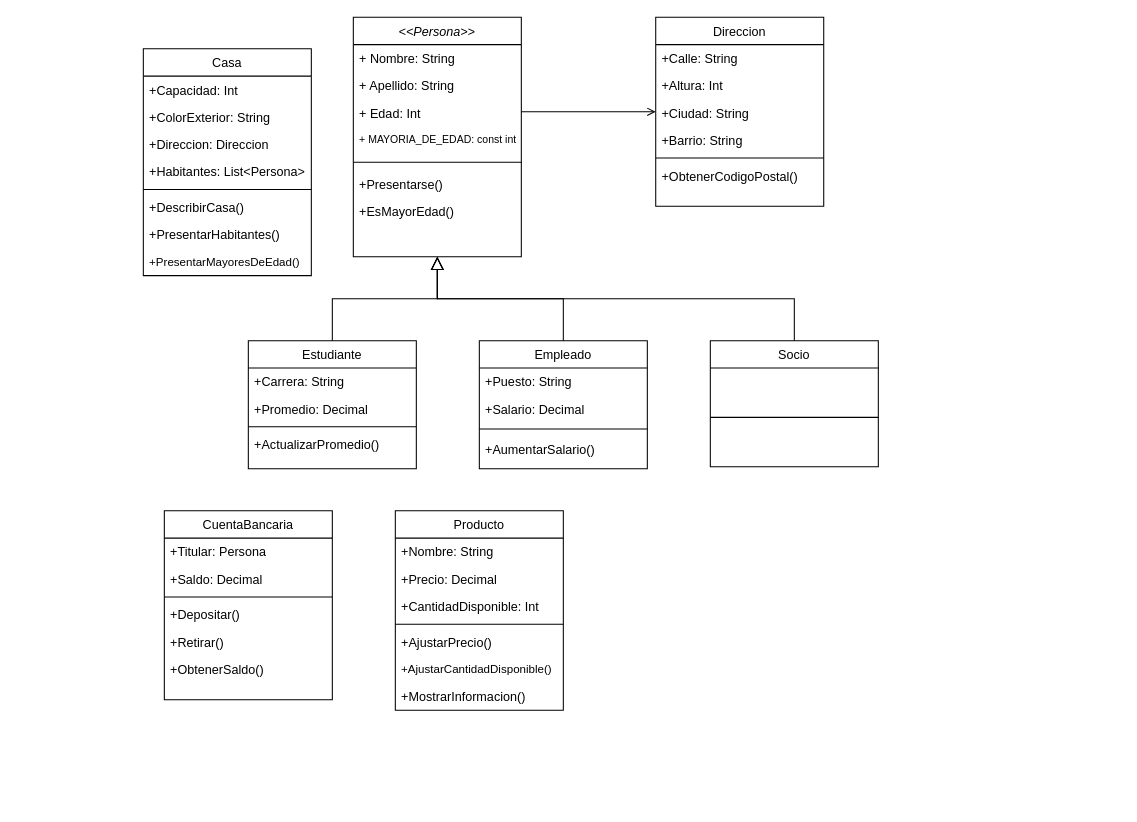
Earlier version of the draw.io diagram POO 5TO LUCIO/Diagrama sin título.drawio (Luchito14567/POO-5TO-LUCIO). Source tidied: cells renumbered, new cells numbered last; positions are measured from the earlier drawing's top-left corner, leaving out a move shared by most shapes. Both pictures are drawn from the tidied source at 105%, with x=0, y=0 at pixel (143, 17).
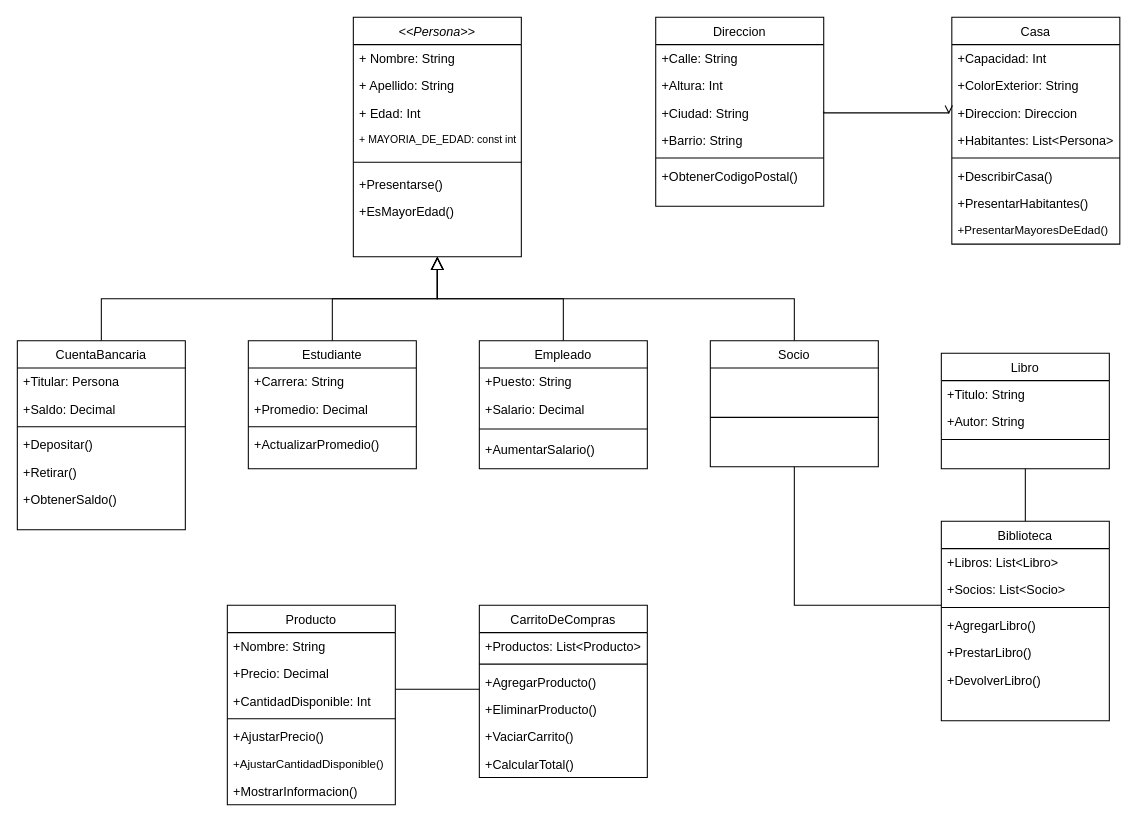
Above is the later version.

Unchanged cells that the change refers to:
```xml
<mxCell id="2" value="&lt;&lt;Persona&gt;&gt;" style="swimlane;fontStyle=2;align=center;verticalAlign=top;horizontal=1;startSize=26;rounded=0;shadow=0;strokeWidth=1;" parent="1" vertex="1">
  <mxGeometry x="200" width="160" height="228" as="geometry" />
</mxCell>
<mxCell id="22" value="Direccion" style="swimlane;fontStyle=0;align=center;verticalAlign=top;horizontal=1;startSize=26;rounded=0;shadow=0;strokeWidth=1;" parent="1" vertex="1">
  <mxGeometry x="488" width="160" height="180" as="geometry" />
</mxCell>
<mxCell id="30" value="Socio" style="swimlane;fontStyle=0;align=center;verticalAlign=top;horizontal=1;startSize=26;rounded=0;shadow=0;strokeWidth=1;" parent="1" vertex="1">
  <mxGeometry x="540" y="308" width="160" height="120" as="geometry" />
</mxCell>
<mxCell id="36" value="+Direccion: Direccion" style="text;align=left;verticalAlign=top;spacingLeft=4;spacingRight=4;overflow=hidden;points=[[0,0.5],[1,0.5]];portConstraint=eastwest;rounded=0;shadow=0;html=0;" parent="33" vertex="1">
  <mxGeometry y="78" width="160" height="26" as="geometry" />
</mxCell>
```

The edit, as a diff of the source:
```diff
@@
-    <mxCell id="29" style="endArrow=open;shadow=0;strokeWidth=1;rounded=0;curved=0;endFill=1;edgeStyle=elbowEdgeStyle;elbow=vertical;" parent="1" edge="1" source="2" target="22">
+    <mxCell id="29" style="endArrow=open;shadow=0;strokeWidth=1;rounded=0;curved=0;endFill=1;edgeStyle=elbowEdgeStyle;elbow=vertical;entryX=-0.018;entryY=0.542;entryDx=0;entryDy=0;entryPerimeter=0;" parent="1" edge="1" target="36">
       <mxGeometry x="0.5" y="41" relative="1" as="geometry">
+        <mxPoint x="648" y="89.8" as="sourcePoint" />
         <mxPoint x="-40" y="32" as="offset" />
       </mxGeometry>
     </mxCell>
@@
     <mxCell id="33" value="Casa" style="swimlane;fontStyle=0;align=center;verticalAlign=top;horizontal=1;startSize=26;rounded=0;shadow=0;strokeWidth=1;" parent="1" vertex="1">
-      <mxGeometry y="30" width="160" height="216" as="geometry" />
+      <mxGeometry x="770" width="160" height="216" as="geometry" />
     </mxCell>
@@
     <mxCell id="42" value="CuentaBancaria" style="swimlane;fontStyle=0;align=center;verticalAlign=top;horizontal=1;startSize=26;rounded=0;shadow=0;strokeWidth=1;" parent="1" vertex="1">
-      <mxGeometry x="20" y="470" width="160" height="180" as="geometry" />
+      <mxGeometry x="-120" y="308" width="160" height="180" as="geometry" />
     </mxCell>
@@
     <mxCell id="49" value="Producto" style="swimlane;fontStyle=0;align=center;verticalAlign=top;horizontal=1;startSize=26;rounded=0;shadow=0;strokeWidth=1;" parent="1" vertex="1">
-      <mxGeometry x="240" y="470" width="160" height="190" as="geometry" />
+      <mxGeometry x="80" y="560" width="160" height="190" as="geometry" />
     </mxCell>
@@
+    <mxCell id="57" value="Biblioteca" style="swimlane;fontStyle=0;align=center;verticalAlign=top;horizontal=1;startSize=26;rounded=0;shadow=0;strokeWidth=1;" parent="1" vertex="1">
+      <mxGeometry x="760" y="480" width="160" height="190" as="geometry" />
+    </mxCell>
+    <mxCell id="58" value="+Libros: List&lt;Libro&gt;" style="text;align=left;verticalAlign=top;spacingLeft=4;spacingRight=4;overflow=hidden;" parent="57" vertex="1">
+      <mxGeometry y="26" width="160" height="26" as="geometry" />
+    </mxCell>
+    <mxCell id="59" value="+Socios: List&lt;Socio&gt;" style="text;align=left;verticalAlign=top;spacingLeft=4;spacingRight=4;overflow=hidden;rounded=0;shadow=0;html=0;" parent="57" vertex="1">
+      <mxGeometry y="52" width="160" height="26" as="geometry" />
+    </mxCell>
+    <mxCell id="60" style="line;html=1;strokeWidth=1;align=left;verticalAlign=middle;spacingTop=-1;spacingLeft=3;spacingRight=3;labelPosition=right;" parent="57" vertex="1">
+      <mxGeometry y="78" width="160" height="8" as="geometry" />
+    </mxCell>
+    <mxCell id="61" value="+AgregarLibro()" style="text;align=left;verticalAlign=top;spacingLeft=4;spacingRight=4;overflow=hidden;" parent="57" vertex="1">
+      <mxGeometry y="86" width="160" height="26" as="geometry" />
+    </mxCell>
+    <mxCell id="62" value="+PrestarLibro()" style="text;align=left;verticalAlign=top;spacingLeft=4;spacingRight=4;overflow=hidden;fontSize=12;" parent="57" vertex="1">
+      <mxGeometry y="112" width="160" height="26" as="geometry" />
+    </mxCell>
+    <mxCell id="63" value="+DevolverLibro()" style="text;align=left;verticalAlign=top;spacingLeft=4;spacingRight=4;overflow=hidden;" parent="57" vertex="1">
+      <mxGeometry y="138" width="160" height="26" as="geometry" />
+    </mxCell>
+    <mxCell id="64" value="Libro" style="swimlane;fontStyle=0;align=center;verticalAlign=top;horizontal=1;startSize=26;rounded=0;shadow=0;strokeWidth=1;" parent="1" vertex="1">
+      <mxGeometry x="760" y="320" width="160" height="110" as="geometry" />
+    </mxCell>
+    <mxCell id="65" value="+Titulo: String" style="text;align=left;verticalAlign=top;spacingLeft=4;spacingRight=4;overflow=hidden;" parent="64" vertex="1">
+      <mxGeometry y="26" width="160" height="26" as="geometry" />
+    </mxCell>
+    <mxCell id="66" value="+Autor: String" style="text;align=left;verticalAlign=top;spacingLeft=4;spacingRight=4;overflow=hidden;rounded=0;shadow=0;html=0;" parent="64" vertex="1">
+      <mxGeometry y="52" width="160" height="26" as="geometry" />
+    </mxCell>
+    <mxCell id="67" style="line;html=1;strokeWidth=1;align=left;verticalAlign=middle;spacingTop=-1;spacingLeft=3;spacingRight=3;labelPosition=right;" parent="64" vertex="1">
+      <mxGeometry y="78" width="160" height="8" as="geometry" />
+    </mxCell>
+    <mxCell id="68" style="endArrow=none;html=1;rounded=0;exitX=0.5;exitY=1;exitDx=0;exitDy=0;" parent="1" edge="1" source="30">
+      <mxGeometry relative="1" as="geometry">
+        <mxPoint x="760" y="560" as="targetPoint" />
+        <Array as="points">
+          <mxPoint x="620" y="560" />
+        </Array>
+      </mxGeometry>
+    </mxCell>
+    <mxCell id="69" style="endArrow=none;html=1;rounded=0;entryX=0.5;entryY=1;entryDx=0;entryDy=0;" parent="1" edge="1" target="64">
+      <mxGeometry relative="1" as="geometry">
+        <mxPoint x="840" y="480" as="sourcePoint" />
+      </mxGeometry>
+    </mxCell>
+    <mxCell id="70" style="endArrow=block;endSize=10;endFill=0;shadow=0;strokeWidth=1;rounded=0;curved=0;edgeStyle=elbowEdgeStyle;elbow=vertical;exitX=0.5;exitY=0;exitDx=0;exitDy=0;" parent="1" edge="1" source="42">
+      <mxGeometry relative="1" as="geometry">
+        <mxPoint x="280" y="228" as="targetPoint" />
+      </mxGeometry>
+    </mxCell>
+    <mxCell id="71" value="CarritoDeCompras" style="swimlane;fontStyle=0;align=center;verticalAlign=top;horizontal=1;startSize=26;rounded=0;shadow=0;strokeWidth=1;" parent="1" vertex="1">
+      <mxGeometry x="320" y="560" width="160" height="164" as="geometry" />
+    </mxCell>
+    <mxCell id="72" value="+Productos: List&lt;Producto&gt;" style="text;align=left;verticalAlign=top;spacingLeft=4;spacingRight=4;overflow=hidden;" parent="71" vertex="1">
+      <mxGeometry y="26" width="160" height="26" as="geometry" />
+    </mxCell>
+    <mxCell id="73" style="line;html=1;strokeWidth=1;align=left;verticalAlign=middle;spacingTop=-1;spacingLeft=3;spacingRight=3;labelPosition=right;" parent="71" vertex="1">
+      <mxGeometry y="52" width="160" height="8" as="geometry" />
+    </mxCell>
+    <mxCell id="74" value="+AgregarProducto()" style="text;align=left;verticalAlign=top;spacingLeft=4;spacingRight=4;overflow=hidden;rounded=0;shadow=0;html=0;" parent="71" vertex="1">
+      <mxGeometry y="60" width="160" height="26" as="geometry" />
+    </mxCell>
+    <mxCell id="75" value="+EliminarProducto()" style="text;align=left;verticalAlign=top;spacingLeft=4;spacingRight=4;overflow=hidden;rounded=0;shadow=0;html=0;" parent="71" vertex="1">
+      <mxGeometry y="86" width="160" height="26" as="geometry" />
+    </mxCell>
+    <mxCell id="76" value="+VaciarCarrito()" style="text;align=left;verticalAlign=top;spacingLeft=4;spacingRight=4;overflow=hidden;rounded=0;shadow=0;html=0;" parent="71" vertex="1">
+      <mxGeometry y="112" width="160" height="26" as="geometry" />
+    </mxCell>
+    <mxCell id="77" value="+CalcularTotal()" style="text;align=left;verticalAlign=top;spacingLeft=4;spacingRight=4;overflow=hidden;rounded=0;shadow=0;html=0;" parent="71" vertex="1">
+      <mxGeometry y="138" width="160" height="26" as="geometry" />
+    </mxCell>
+    <mxCell id="78" style="endArrow=none;html=1;rounded=0;" parent="1" edge="1">
+      <mxGeometry relative="1" as="geometry">
+        <mxPoint x="240" y="640" as="sourcePoint" />
+        <mxPoint x="240" y="640" as="targetPoint" />
+        <Array as="points">
+          <mxPoint x="320" y="640" />
+        </Array>
+      </mxGeometry>
+    </mxCell>
```
